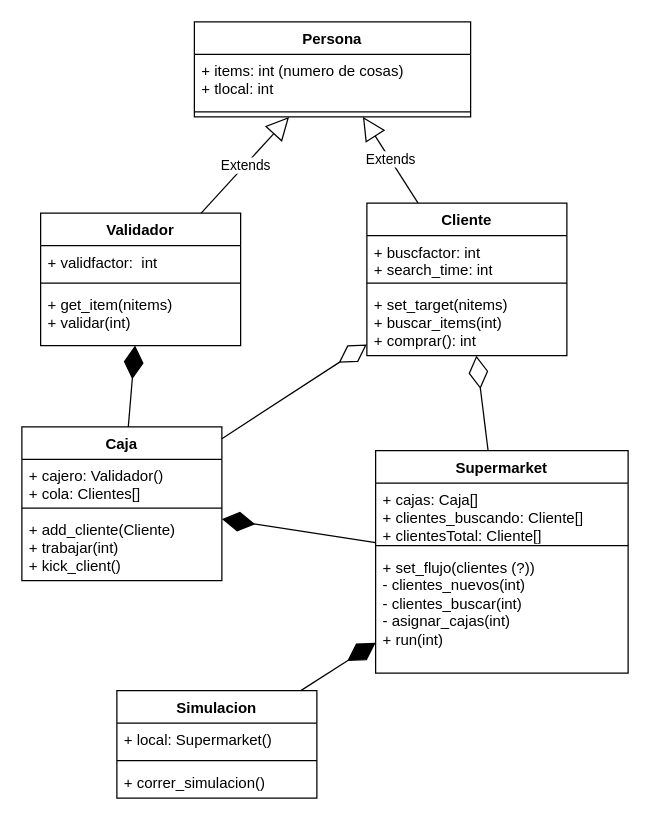
The draw.io diagram Codes/EjemploPOO/superUML.drawio in cnvega/hcai2023, before the edit. Source tidied: cells renumbered, new cells numbered last; positions are measured from the earlier drawing's top-left corner, leaving out a move shared by most shapes. Both pictures are drawn from the tidied source at 125%, with x=0, y=0 at pixel (21, 21).
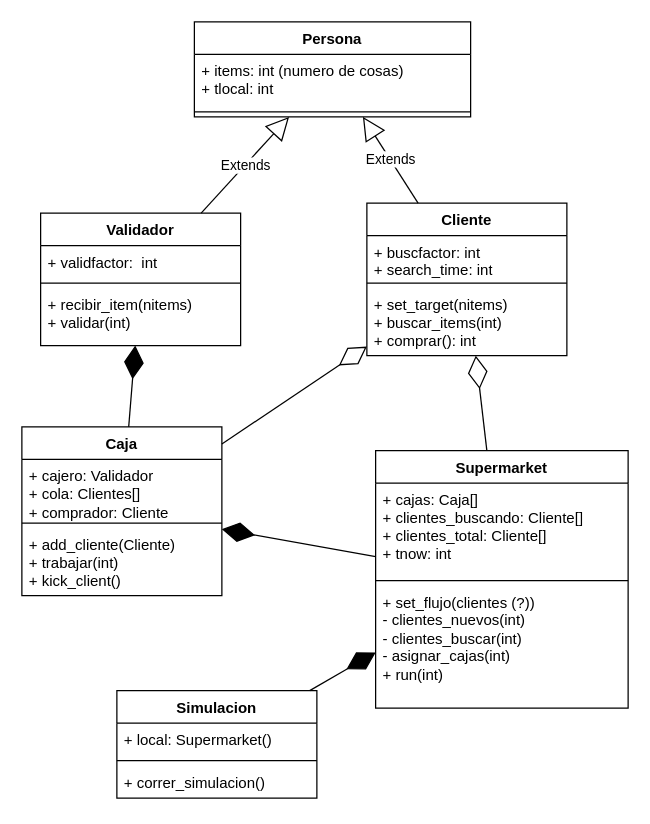
Above is the later version.

The change refers to these unchanged cells:
```xml
<mxCell id="5" value="Validador" style="swimlane;fontStyle=1;align=center;verticalAlign=top;horizontal=1;startSize=26;whiteSpace=wrap;html=1;" parent="1" vertex="1">
  <mxGeometry x="15" y="153" width="160" height="106" as="geometry" />
</mxCell>
```

Change to the diagram source:
```diff
@@
-    <mxCell id="8" value="&lt;div&gt;+ get_item(nitems)&lt;/div&gt;&lt;div&gt;+ validar(int)&lt;/div&gt;" style="text;strokeColor=none;fillColor=none;align=left;verticalAlign=top;spacingLeft=4;spacingRight=4;overflow=hidden;whiteSpace=wrap;html=1;" parent="5" vertex="1">
+    <mxCell id="8" value="&lt;div&gt;+ recibir_item(nitems)&lt;/div&gt;&lt;div&gt;+ validar(int)&lt;/div&gt;" style="text;strokeColor=none;fillColor=none;align=left;verticalAlign=top;spacingLeft=4;spacingRight=4;overflow=hidden;whiteSpace=wrap;html=1;" parent="5" vertex="1">
       <mxGeometry y="60" width="160" height="46" as="geometry" />
     </mxCell>
@@
     <mxCell id="15" value="Caja" style="swimlane;fontStyle=1;align=center;verticalAlign=top;horizontal=1;startSize=26;whiteSpace=wrap;html=1;" parent="1" vertex="1">
-      <mxGeometry y="324" width="160" height="123" as="geometry" />
+      <mxGeometry y="324" width="160" height="135" as="geometry" />
     </mxCell>
-    <mxCell id="16" value="&lt;div&gt;+ cajero: Validador()&lt;/div&gt;&lt;div&gt;+ cola: Clientes[]&lt;br&gt;&lt;/div&gt;" style="text;strokeColor=none;fillColor=none;align=left;verticalAlign=top;spacingLeft=4;spacingRight=4;overflow=hidden;whiteSpace=wrap;html=1;" parent="15" vertex="1">
-      <mxGeometry y="26" width="160" height="35" as="geometry" />
+    <mxCell id="16" value="&lt;div&gt;+ cajero: Validador&lt;/div&gt;&lt;div&gt;+ cola: Clientes[]&lt;/div&gt;&lt;div&gt;+ comprador: Cliente&lt;br&gt;&lt;/div&gt;" style="text;strokeColor=none;fillColor=none;align=left;verticalAlign=top;spacingLeft=4;spacingRight=4;overflow=hidden;whiteSpace=wrap;html=1;" parent="15" vertex="1">
+      <mxGeometry y="26" width="160" height="47" as="geometry" />
     </mxCell>
     <mxCell id="17" style="line;strokeWidth=1;fillColor=none;align=left;verticalAlign=middle;spacingTop=-1;spacingLeft=3;spacingRight=3;labelPosition=right;strokeColor=inherit;" parent="15" vertex="1">
-      <mxGeometry y="61" width="160" height="8" as="geometry" />
+      <mxGeometry y="73" width="160" height="8" as="geometry" />
     </mxCell>
     <mxCell id="18" value="&lt;div&gt;+ add_cliente(Cliente)&lt;/div&gt;&lt;div&gt;+ trabajar(int)&lt;br&gt;&lt;/div&gt;&lt;div&gt;+ kick_client()&lt;br&gt;&lt;/div&gt;" style="text;strokeColor=none;fillColor=none;align=left;verticalAlign=top;spacingLeft=4;spacingRight=4;overflow=hidden;whiteSpace=wrap;html=1;" parent="15" vertex="1">
-      <mxGeometry y="69" width="160" height="54" as="geometry" />
+      <mxGeometry y="81" width="160" height="54" as="geometry" />
     </mxCell>
@@
     <mxCell id="21" value="Supermarket" style="swimlane;fontStyle=1;align=center;verticalAlign=top;horizontal=1;startSize=26;whiteSpace=wrap;html=1;" parent="1" vertex="1">
-      <mxGeometry x="283" y="343" width="202" height="178" as="geometry" />
+      <mxGeometry x="283" y="343" width="202" height="206" as="geometry" />
     </mxCell>
-    <mxCell id="22" value="&lt;div&gt;+ cajas: Caja[]&lt;/div&gt;&lt;div&gt;+ clientes_buscando: Cliente[]&lt;/div&gt;&lt;div&gt;+ clientesTotal: Cliente[]&lt;br&gt;&lt;/div&gt;" style="text;strokeColor=none;fillColor=none;align=left;verticalAlign=top;spacingLeft=4;spacingRight=4;overflow=hidden;whiteSpace=wrap;html=1;" parent="21" vertex="1">
-      <mxGeometry y="26" width="202" height="46" as="geometry" />
+    <mxCell id="22" value="&lt;div&gt;+ cajas: Caja[]&lt;/div&gt;&lt;div&gt;+ clientes_buscando: Cliente[]&lt;/div&gt;&lt;div&gt;+ clientes_total: Cliente[]&lt;/div&gt;&lt;div&gt;+ tnow: int&lt;br&gt;&lt;/div&gt;" style="text;strokeColor=none;fillColor=none;align=left;verticalAlign=top;spacingLeft=4;spacingRight=4;overflow=hidden;whiteSpace=wrap;html=1;" parent="21" vertex="1">
+      <mxGeometry y="26" width="202" height="74" as="geometry" />
     </mxCell>
     <mxCell id="23" style="line;strokeWidth=1;fillColor=none;align=left;verticalAlign=middle;spacingTop=-1;spacingLeft=3;spacingRight=3;labelPosition=right;strokeColor=inherit;" parent="21" vertex="1">
-      <mxGeometry y="72" width="202" height="8" as="geometry" />
+      <mxGeometry y="100" width="202" height="8" as="geometry" />
     </mxCell>
     <mxCell id="24" value="&lt;div&gt;+ set_flujo(clientes (?))&lt;/div&gt;&lt;div&gt;- clientes_nuevos(int)&lt;/div&gt;&lt;div&gt;- clientes_buscar(int)&lt;/div&gt;&lt;div&gt;- asignar_cajas(int)&lt;/div&gt;&lt;div&gt;+ run(int)&lt;br&gt;&lt;/div&gt;" style="text;strokeColor=none;fillColor=none;align=left;verticalAlign=top;spacingLeft=4;spacingRight=4;overflow=hidden;whiteSpace=wrap;html=1;" parent="21" vertex="1">
-      <mxGeometry y="80" width="202" height="98" as="geometry" />
+      <mxGeometry y="108" width="202" height="98" as="geometry" />
     </mxCell>
```
